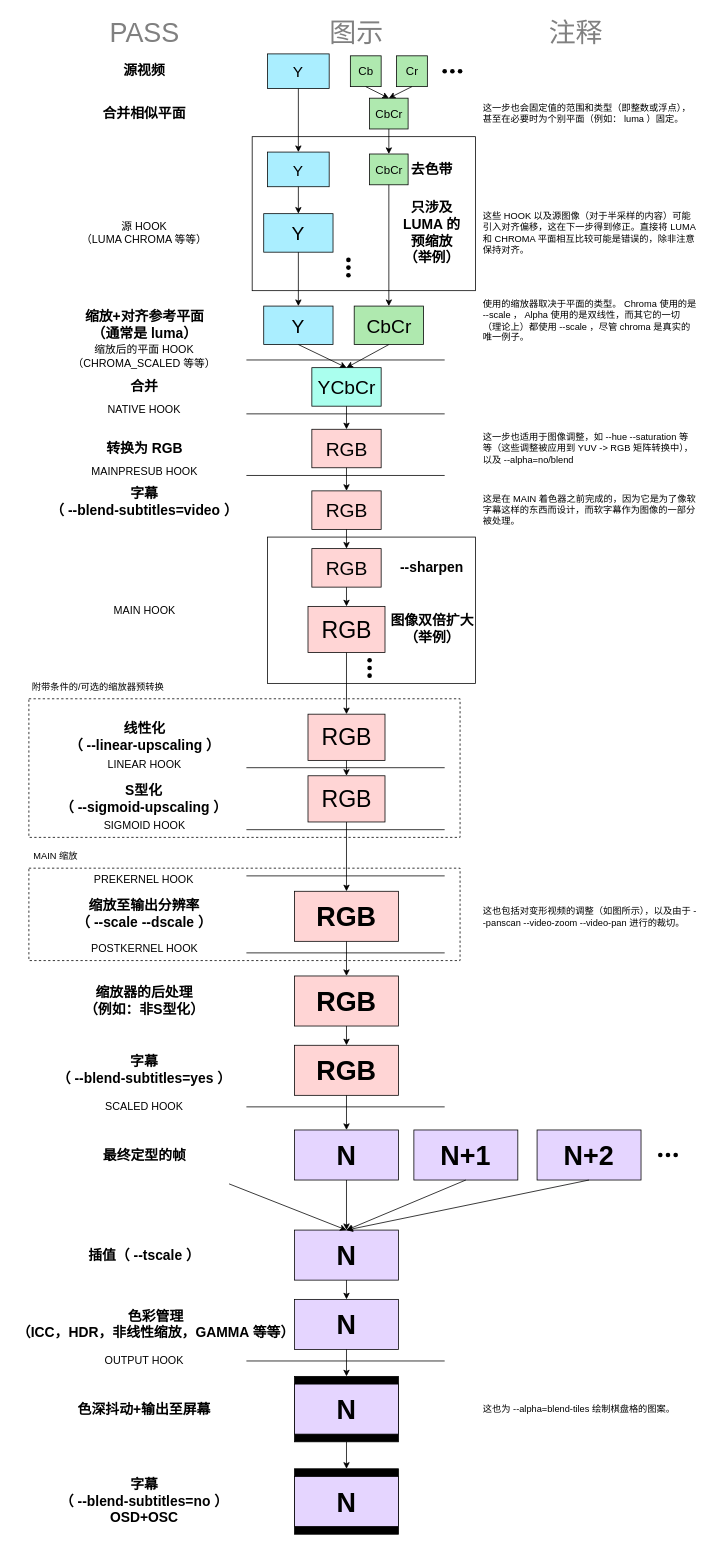
This is official_misc/_assets/VO_shader_stages-vo_opengl_chs.drawio from hooke007/mpv_doc-CN, a draw.io file, before an edit. Source tidied: cells renumbered, new cells numbered last; positions are measured from the earlier drawing's top-left corner, leaving out a move shared by most shapes. Both pictures are drawn from the tidied source at 77%, with x=0, y=0 at pixel (13, 13).
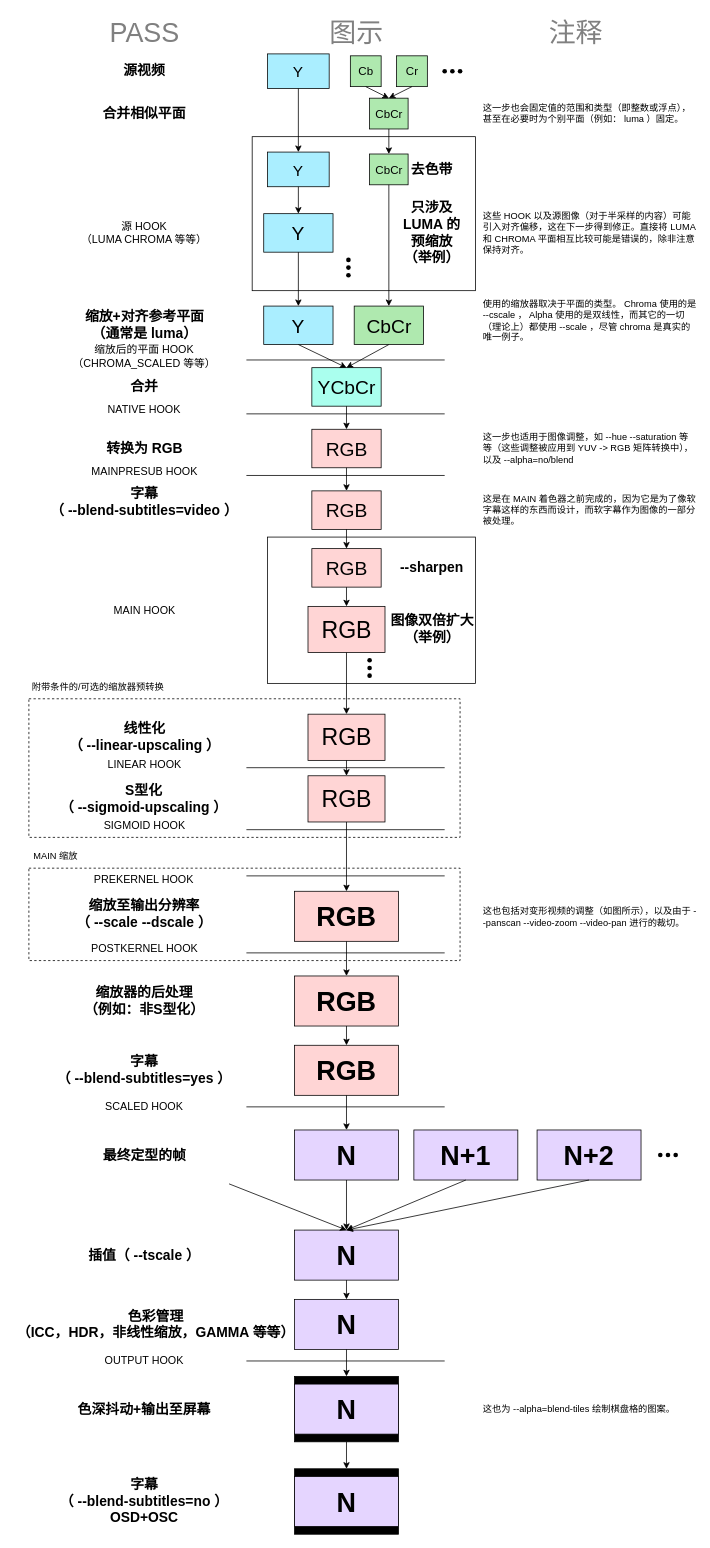
The same page after the edit.

Commit message (it also covers changes not shown here):
修正 misc-VO_shader_stages

close https://github.com/hooke007/mpv_doc-CN/issues/17

The edit, as a diff of the source:
```diff
@@
-    <mxCell id="122" value="&lt;div&gt;&lt;span style=&quot;font-size: 12px&quot;&gt;使用的缩放器取决于平面的类型。 Chroma 使用的是 --scale ， Alpha 使用的是双线性，而其它的一切（理论上）都使用 --scale ，尽管 chroma 是真实的唯一例子。&lt;/span&gt;&lt;/div&gt;&lt;div&gt;&lt;br&gt;&lt;/div&gt;" style="text;html=1;strokeColor=none;fillColor=none;align=left;verticalAlign=middle;whiteSpace=wrap;rounded=0;dashed=1;labelBackgroundColor=none;fontFamily=思源等宽;fontSize=10;" parent="1" vertex="1">
+    <mxCell id="122" value="&lt;div&gt;&lt;span style=&quot;font-size: 12px&quot;&gt;使用的缩放器取决于平面的类型。 Chroma 使用的是 --cscale ， Alpha 使用的是双线性，而其它的一切（理论上）都使用 --scale ，尽管 chroma 是真实的唯一例子。&lt;/span&gt;&lt;/div&gt;&lt;div&gt;&lt;br&gt;&lt;/div&gt;" style="text;html=1;strokeColor=none;fillColor=none;align=left;verticalAlign=middle;whiteSpace=wrap;rounded=0;dashed=1;labelBackgroundColor=none;fontFamily=思源等宽;fontSize=10;" parent="1" vertex="1">
       <mxGeometry x="607.5" y="380" width="280" height="50" as="geometry" />
     </mxCell>
```
